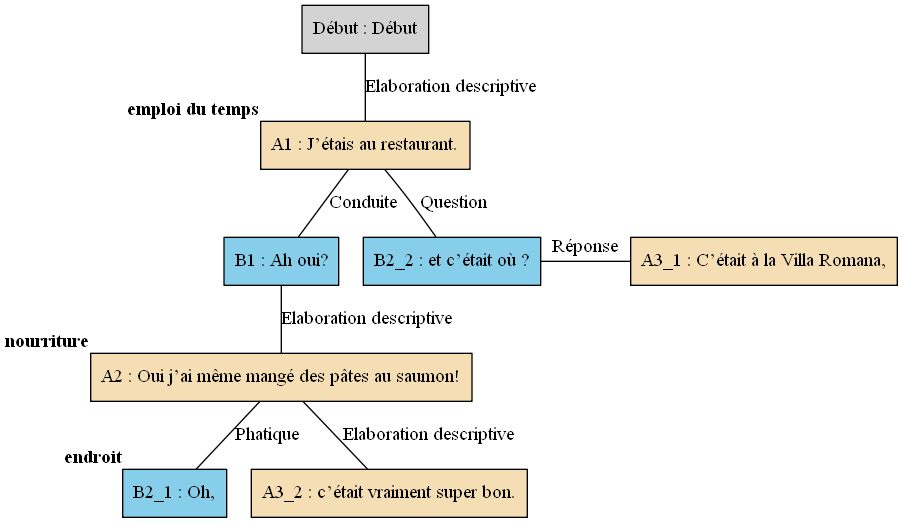
This is arbres/Bac_a_sable/Bac_a_sable_-_A05.gv.png from AlaixComet/AnnotationSlamPTut, a Graphviz export, as it was before one commit. Its source is kept beside it as arbres/Bac_a_sable/Bac_a_sable_-_A05.gv.
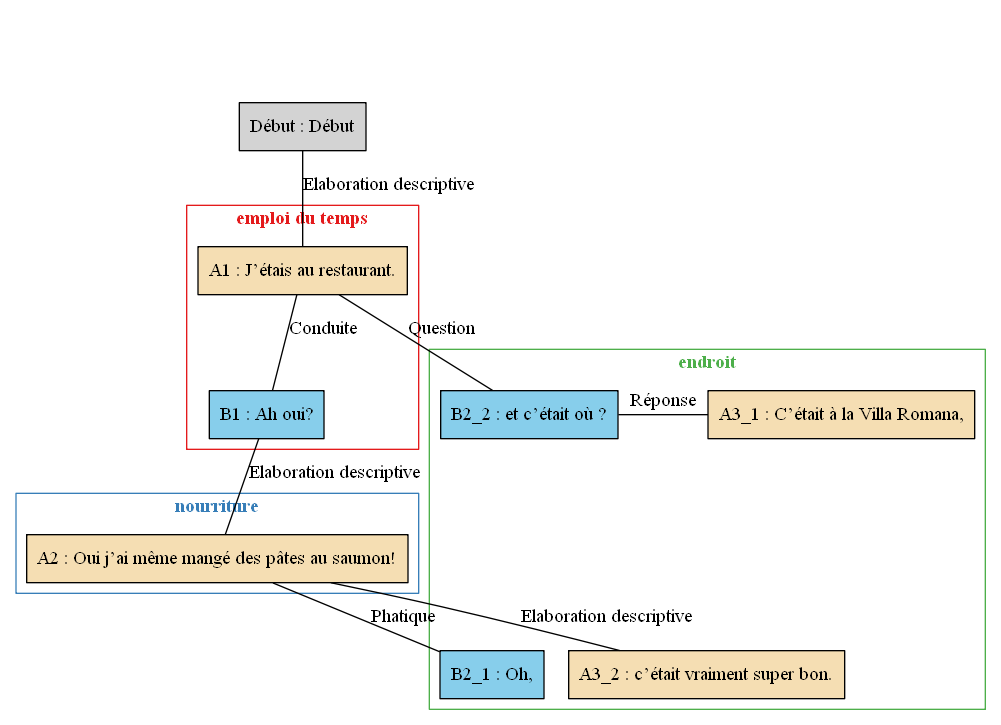
After the commit.

Diff of the diagram source:
```diff
@@ -1,23 +1,47 @@
 digraph A05 {
 	node [shape=box style=filled]
-	"Début" [label="Début : Début" xlabel=""]
-	A1 [label="A1 : J’étais au restaurant." fillcolor=wheat xlabel=<<B>emploi du temps</B>>]
-	B1 [label="B1 : Ah oui?" fillcolor=skyblue xlabel=""]
-	A2 [label="A2 : Oui j’ai même mangé des pâtes au saumon!" fillcolor=wheat xlabel=<<B>nourriture</B>>]
-	B2_1 [label="B2_1 : Oh," fillcolor=skyblue xlabel=<<B>endroit</B>>]
-	B2_2 [label="B2_2 : et c’était où ?" fillcolor=skyblue xlabel=""]
-	A3_1 [label="A3_1 : C’était à la Villa Romana," fillcolor=wheat xlabel=""]
-	A3_2 [label="A3_2 : c’était vraiment super bon." fillcolor=wheat xlabel=""]
-	"Début" -> A1 [label="Elaboration descriptive" dir=none]
-	A1 -> B1 [label=Conduite dir=none]
-	B1 -> A2 [label="Elaboration descriptive" dir=none]
-	A2 -> B2_1 [label=Phatique dir=none]
-	{
-		rank=same
+	newrank=true
+	zero [style=invis]
+	"Début" [label="Début : Début"]
+	A1 [label="A1 : J’étais au restaurant." fillcolor=wheat]
+	B1 [label="B1 : Ah oui?" fillcolor=skyblue]
+	A2 [label="A2 : Oui j’ai même mangé des pâtes au saumon!" fillcolor=wheat]
+	B2_1 [label="B2_1 : Oh," fillcolor=skyblue]
+	B2_2 [label="B2_2 : et c’était où ?" fillcolor=skyblue]
+	A3_1 [label="A3_1 : C’était à la Villa Romana," fillcolor=wheat]
+	A3_2 [label="A3_2 : c’était vraiment super bon." fillcolor=wheat]
+	zero -> "Début" [label="" style=invis]
+	"Début" -> A1 [label="Elaboration descriptive" dir=none weight=2]
+	A1 -> B1 [label=Conduite dir=none weight=2]
+	B1 -> A2 [label="Elaboration descriptive" dir=none weight=2]
+	A2 -> B2_1 [label=Phatique dir=none weight=2]
+	A1 -> A3_1 [style=invis weight=1]
+	B2_2 -> A3_1 [label="Réponse" constraint=false dir=none]
+	A2 -> A3_2 [label="Elaboration descriptive" dir=none weight=2]
+	A1 -> B2_2 [label=Question dir=none weight=2]
+	subgraph cluster_1 {
+		label=<<B>emploi du temps</B>>
+		colorscheme=set19
+		color=1
+		fontcolor=1
+		A1
+		B1
+	}
+	subgraph cluster_2 {
+		label=<<B>nourriture</B>>
+		colorscheme=set19
+		color=2
+		fontcolor=2
+		A2
+	}
+	subgraph cluster_3 {
+		label=<<B>endroit</B>>
+		colorscheme=set19
+		color=3
+		fontcolor=3
+		B2_1
 		B2_2
 		A3_1
-		B2_2 -> A3_1 [label="Réponse" dir=none]
+		A3_2
 	}
-	A2 -> A3_2 [label="Elaboration descriptive" dir=none]
-	A1 -> B2_2 [label=Question dir=none]
 }
```
